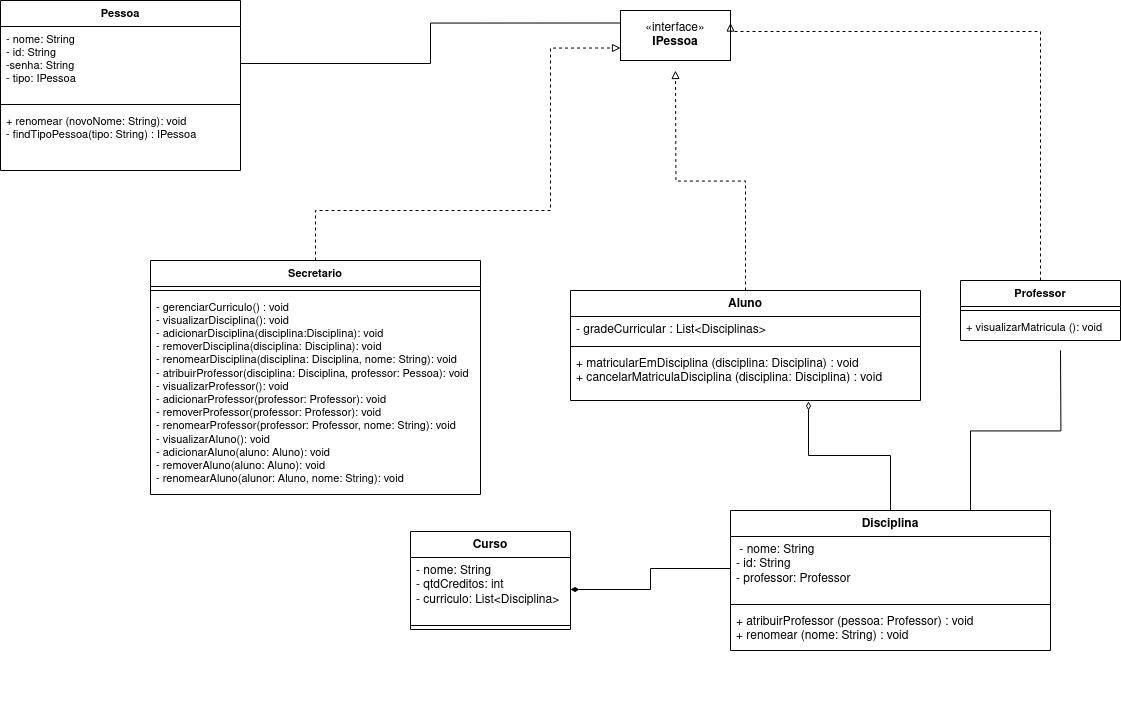
Earlier version of the draw.io export projeto/diagrama_de_classes/diagram_de_classes_models.drawio.png (Suvacco/AGS). Source tidied: cells renumbered, new cells last; positions are measured from the earlier drawing's top-left corner, leaving out a move shared by most shapes.
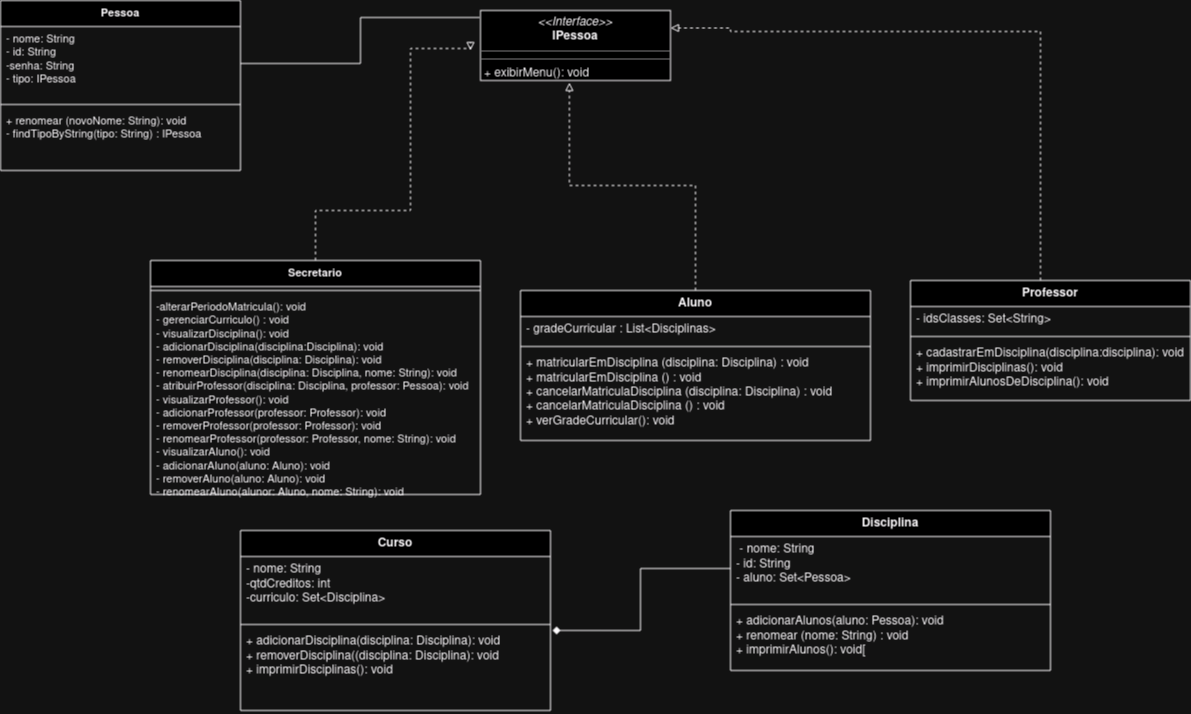
Later version of the same file.

Change to the diagram source:
```diff
@@ -8,45 +8,23 @@
         <mxPoint x="935" y="693" as="targetPoint" />
       </mxGeometry>
     </mxCell>
-    <mxCell id="3" value="&lt;div&gt;Curso&lt;/div&gt;&lt;div&gt;&lt;br&gt;&lt;/div&gt;" style="swimlane;fontStyle=1;align=center;verticalAlign=top;horizontal=1;startSize=26;whiteSpace=wrap;html=1;" parent="1" vertex="1">
-      <mxGeometry x="410" y="531" width="160" height="98" as="geometry" />
-    </mxCell>
-    <mxCell id="4" value="&lt;div&gt;- nome: String&lt;/div&gt;&lt;div&gt;- qtdCreditos: int&lt;/div&gt;&lt;div&gt;- curriculo: List&amp;lt;Disciplina&amp;gt;&lt;br&gt;&lt;/div&gt;" style="text;strokeColor=none;fillColor=none;align=left;verticalAlign=top;spacingLeft=4;spacingRight=4;overflow=hidden;points=[[0,0.5],[1,0.5]];portConstraint=eastwest;whiteSpace=wrap;html=1;" parent="3" vertex="1">
-      <mxGeometry y="26" width="160" height="64" as="geometry" />
-    </mxCell>
-    <mxCell id="5" style="line;strokeWidth=1;fillColor=none;align=left;verticalAlign=middle;spacingTop=-1;spacingLeft=3;spacingRight=3;labelPosition=right;strokeColor=inherit;" parent="3" vertex="1">
-      <mxGeometry y="90" width="160" height="8" as="geometry" />
-    </mxCell>
-    <mxCell id="6" style="edgeStyle=orthogonalEdgeStyle;shape=connector;rounded=0;jettySize=auto;html=1;labelBackgroundColor=default;strokeColor=default;fontFamily=Helvetica;fontSize=11;fontColor=default;endArrow=diamondThin;entryX=0.68;entryY=1.02;entryDx=0;entryDy=0;entryPerimeter=0;endFill=0;" parent="1" edge="1" source="8" target="17">
-      <mxGeometry relative="1" as="geometry" />
-    </mxCell>
-    <mxCell id="7" style="edgeStyle=orthogonalEdgeStyle;shape=connector;rounded=0;jettySize=auto;html=1;exitX=0.75;exitY=0;exitDx=0;exitDy=0;labelBackgroundColor=default;strokeColor=default;fontFamily=Helvetica;fontSize=11;fontColor=default;endArrow=none;endFill=0;" parent="1" edge="1" source="8">
-      <mxGeometry relative="1" as="geometry">
-        <mxPoint x="1060" y="350" as="targetPoint" />
-      </mxGeometry>
-    </mxCell>
     <mxCell id="8" value="&lt;div&gt;Disciplina&lt;/div&gt;&lt;div&gt;&lt;br&gt;&lt;/div&gt;" style="swimlane;fontStyle=1;align=center;verticalAlign=top;horizontal=1;startSize=26;whiteSpace=wrap;html=1;" parent="1" vertex="1">
-      <mxGeometry x="730" y="510" width="320" height="140" as="geometry" />
+      <mxGeometry x="730" y="510" width="320" height="160" as="geometry" />
     </mxCell>
-    <mxCell id="9" value="&lt;div&gt;&amp;nbsp;- nome: String&lt;/div&gt;&lt;div&gt;- id: String&lt;br&gt;&lt;/div&gt;&lt;div&gt;- professor: Professor&lt;br&gt;&lt;/div&gt;" style="text;strokeColor=none;fillColor=none;align=left;verticalAlign=top;spacingLeft=4;spacingRight=4;overflow=hidden;points=[[0,0.5],[1,0.5]];portConstraint=eastwest;whiteSpace=wrap;html=1;" parent="8" vertex="1">
+    <mxCell id="9" value="&lt;div&gt;&amp;nbsp;- nome: String&lt;/div&gt;&lt;div&gt;- id: String&lt;br&gt;&lt;/div&gt;&lt;div&gt;- aluno: Set&amp;lt;Pessoa&amp;gt;&lt;br&gt;&lt;/div&gt;" style="text;strokeColor=none;fillColor=none;align=left;verticalAlign=top;spacingLeft=4;spacingRight=4;overflow=hidden;points=[[0,0.5],[1,0.5]];portConstraint=eastwest;whiteSpace=wrap;html=1;" parent="8" vertex="1">
       <mxGeometry y="26" width="320" height="64" as="geometry" />
     </mxCell>
     <mxCell id="10" style="line;strokeWidth=1;fillColor=none;align=left;verticalAlign=middle;spacingTop=-1;spacingLeft=3;spacingRight=3;labelPosition=right;strokeColor=inherit;" parent="8" vertex="1">
       <mxGeometry y="90" width="320" height="8" as="geometry" />
     </mxCell>
-    <mxCell id="11" value="&lt;div&gt;+ atribuirProfessor (pessoa: Professor) : void&lt;/div&gt;&lt;div&gt;+ renomear (nome: String) : void&lt;br&gt;&lt;/div&gt;" style="text;strokeColor=none;fillColor=none;align=left;verticalAlign=top;spacingLeft=4;spacingRight=4;overflow=hidden;whiteSpace=wrap;html=1;" parent="8" vertex="1">
-      <mxGeometry y="98" width="320" height="42" as="geometry" />
+    <mxCell id="11" value="&lt;div&gt;+ adicionarAlunos(aluno: Pessoa): void&lt;br&gt;&lt;/div&gt;&lt;div&gt;+ renomear (nome: String) : void&lt;/div&gt;&lt;div&gt;+ imprimirAlunos(): void[&lt;/div&gt;&lt;div&gt;&lt;br&gt;&lt;/div&gt;" style="text;strokeColor=none;fillColor=none;align=left;verticalAlign=top;spacingLeft=4;spacingRight=4;overflow=hidden;whiteSpace=wrap;html=1;" parent="8" vertex="1">
+      <mxGeometry y="98" width="320" height="62" as="geometry" />
     </mxCell>
-    <mxCell id="12" value="«interface»&lt;br&gt;&lt;div&gt;&lt;b&gt;IPessoa&lt;/b&gt;&lt;/div&gt;" style="html=1;whiteSpace=wrap;" parent="1" vertex="1">
-      <mxGeometry x="620" y="10" width="110" height="50" as="geometry" />
-    </mxCell>
-    <mxCell id="13" style="edgeStyle=orthogonalEdgeStyle;rounded=0;jettySize=auto;html=1;dashed=1;endArrow=block;endFill=0;" parent="1" edge="1" source="14">
-      <mxGeometry relative="1" as="geometry">
-        <mxPoint x="675" y="70" as="targetPoint" />
-      </mxGeometry>
+    <mxCell id="13" style="edgeStyle=orthogonalEdgeStyle;rounded=0;jettySize=auto;html=1;dashed=1;endArrow=block;endFill=0;entryX=0.468;entryY=1.029;entryDx=0;entryDy=0;entryPerimeter=0;" parent="1" edge="1" source="14" target="36">
+      <mxGeometry relative="1" as="geometry" />
     </mxCell>
     <mxCell id="14" value="&lt;div&gt;Aluno&lt;/div&gt;&lt;div&gt;&lt;br&gt;&lt;/div&gt;" style="swimlane;fontStyle=1;align=center;verticalAlign=top;horizontal=1;startSize=26;whiteSpace=wrap;html=1;" parent="1" vertex="1">
-      <mxGeometry x="570" y="290" width="350" height="110" as="geometry" />
+      <mxGeometry x="520" y="290" width="350" height="150" as="geometry" />
     </mxCell>
     <mxCell id="15" value="- gradeCurricular : List&amp;lt;Disciplinas&amp;gt;" style="text;strokeColor=none;fillColor=none;align=left;verticalAlign=top;spacingLeft=4;spacingRight=4;overflow=hidden;whiteSpace=wrap;html=1;" parent="14" vertex="1">
       <mxGeometry y="26" width="350" height="26" as="geometry" />
@@ -54,35 +32,26 @@
     <mxCell id="16" style="line;strokeWidth=1;fillColor=none;align=left;verticalAlign=middle;spacingTop=-1;spacingLeft=3;spacingRight=3;labelPosition=right;strokeColor=inherit;" parent="14" vertex="1">
       <mxGeometry y="52" width="350" height="8" as="geometry" />
     </mxCell>
-    <mxCell id="17" value="&lt;div&gt;+ matricularEmDisciplina (disciplina: Disciplina) : void&lt;/div&gt;&lt;div&gt;+ cancelarMatriculaDisciplina (disciplina: Disciplina) : void&lt;/div&gt;&lt;div&gt;&lt;br&gt;&lt;/div&gt;" style="text;strokeColor=none;fillColor=none;align=left;verticalAlign=top;spacingLeft=4;spacingRight=4;overflow=hidden;points=[[0,0.5],[1,0.5]];portConstraint=eastwest;whiteSpace=wrap;html=1;" parent="14" vertex="1">
-      <mxGeometry y="60" width="350" height="50" as="geometry" />
+    <mxCell id="17" value="&lt;div&gt;+ matricularEmDisciplina (disciplina: Disciplina) : void&lt;/div&gt;&lt;div&gt;+ matricularEmDisciplina () : void&lt;/div&gt;&lt;div&gt;+ cancelarMatriculaDisciplina (disciplina: Disciplina) : void&lt;/div&gt;&lt;div&gt;&lt;div&gt;+ cancelarMatriculaDisciplina () : void&lt;/div&gt;&lt;div&gt;+ verGradeCurricular(): void&lt;br&gt;&lt;/div&gt;&lt;div&gt;&lt;br&gt;&lt;br&gt;&lt;/div&gt;&lt;/div&gt;&lt;div&gt;&lt;br&gt;&lt;/div&gt;&lt;div&gt;&lt;br&gt;&lt;/div&gt;" style="text;strokeColor=none;fillColor=none;align=left;verticalAlign=top;spacingLeft=4;spacingRight=4;overflow=hidden;points=[[0,0.5],[1,0.5]];portConstraint=eastwest;whiteSpace=wrap;html=1;" parent="14" vertex="1">
+      <mxGeometry y="60" width="350" height="90" as="geometry" />
     </mxCell>
-    <mxCell id="18" style="edgeStyle=orthogonalEdgeStyle;shape=connector;rounded=0;jettySize=auto;html=1;exitX=0;exitY=0.5;exitDx=0;exitDy=0;entryX=1;entryY=0.5;entryDx=0;entryDy=0;labelBackgroundColor=default;strokeColor=default;fontFamily=Helvetica;fontSize=11;fontColor=default;endArrow=diamondThin;endFill=1;" parent="1" edge="1" source="9" target="4">
-      <mxGeometry relative="1" as="geometry" />
-    </mxCell>
-    <mxCell id="19" style="edgeStyle=orthogonalEdgeStyle;shape=connector;rounded=0;jettySize=auto;html=1;entryX=1;entryY=0.25;entryDx=0;entryDy=0;labelBackgroundColor=default;strokeColor=default;fontFamily=Helvetica;fontSize=11;fontColor=default;endArrow=block;dashed=1;endFill=0;exitX=0.5;exitY=0;exitDx=0;exitDy=0;" parent="1" edge="1" source="20" target="12">
+    <mxCell id="19" style="edgeStyle=orthogonalEdgeStyle;shape=connector;rounded=0;jettySize=auto;html=1;entryX=1;entryY=0.25;entryDx=0;entryDy=0;labelBackgroundColor=default;strokeColor=default;fontFamily=Helvetica;fontSize=11;fontColor=default;endArrow=block;dashed=1;endFill=0;exitX=0.5;exitY=0;exitDx=0;exitDy=0;" parent="1" edge="1" target="36">
       <mxGeometry relative="1" as="geometry">
+        <mxPoint x="1040" y="280" as="sourcePoint" />
         <Array as="points">
           <mxPoint x="1040" y="31" />
           <mxPoint x="730" y="31" />
+          <mxPoint x="730" y="28" />
         </Array>
       </mxGeometry>
     </mxCell>
-    <mxCell id="20" value="&lt;div&gt;Professor&lt;/div&gt;&lt;div&gt;&lt;br&gt;&lt;/div&gt;" style="swimlane;fontStyle=1;align=center;verticalAlign=top;horizontal=1;startSize=26;whiteSpace=wrap;html=1;fontFamily=Helvetica;fontSize=11;fontColor=default;" parent="1" vertex="1">
-      <mxGeometry x="960" y="280" width="160" height="60" as="geometry" />
-    </mxCell>
-    <mxCell id="21" style="line;strokeWidth=1;fillColor=none;align=left;verticalAlign=middle;spacingTop=-1;spacingLeft=3;spacingRight=3;labelPosition=right;strokeColor=inherit;fontFamily=Helvetica;fontSize=11;fontColor=default;" parent="20" vertex="1">
-      <mxGeometry y="26" width="160" height="8" as="geometry" />
-    </mxCell>
-    <mxCell id="22" value="&lt;div&gt;+ visualizarMatricula (): void&lt;/div&gt;&lt;div&gt;&lt;br&gt;&lt;/div&gt;" style="text;strokeColor=none;fillColor=none;align=left;verticalAlign=top;spacingLeft=4;spacingRight=4;overflow=hidden;whiteSpace=wrap;html=1;fontSize=11;fontFamily=Helvetica;fontColor=default;" parent="20" vertex="1">
-      <mxGeometry y="34" width="160" height="26" as="geometry" />
-    </mxCell>
-    <mxCell id="23" style="edgeStyle=orthogonalEdgeStyle;shape=connector;rounded=0;jettySize=auto;html=1;entryX=0;entryY=0.75;entryDx=0;entryDy=0;labelBackgroundColor=default;strokeColor=default;fontFamily=Helvetica;fontSize=11;fontColor=default;endArrow=block;dashed=1;endFill=0;" parent="1" edge="1" source="24" target="12">
+    <mxCell id="23" style="edgeStyle=orthogonalEdgeStyle;shape=connector;rounded=0;jettySize=auto;html=1;labelBackgroundColor=default;strokeColor=default;fontFamily=Helvetica;fontSize=11;fontColor=default;endArrow=block;dashed=1;endFill=0;" parent="1" edge="1" source="24">
       <mxGeometry relative="1" as="geometry">
+        <mxPoint x="470" y="50" as="targetPoint" />
         <Array as="points">
           <mxPoint x="315" y="210" />
-          <mxPoint x="550" y="210" />
-          <mxPoint x="550" y="48" />
+          <mxPoint x="410" y="210" />
+          <mxPoint x="410" y="48" />
         </Array>
       </mxGeometry>
     </mxCell>
@@ -92,7 +61,7 @@
     <mxCell id="25" style="line;strokeWidth=1;fillColor=none;align=left;verticalAlign=middle;spacingTop=-1;spacingLeft=3;spacingRight=3;labelPosition=right;strokeColor=inherit;fontFamily=Helvetica;fontSize=11;fontColor=default;" parent="24" vertex="1">
       <mxGeometry y="26" width="330" height="8" as="geometry" />
     </mxCell>
-    <mxCell id="26" value="&lt;div&gt;- gerenciarCurriculo() : void&lt;/div&gt;&lt;div&gt;- visualizarDisciplina(): void&lt;/div&gt;&lt;div&gt;- adicionarDisciplina(disciplina:Disciplina): void&lt;br&gt;&lt;/div&gt;&lt;div&gt;- removerDisciplina(disciplina: Disciplina): void&lt;/div&gt;&lt;div&gt;- renomearDisciplina(disciplina: Disciplina, nome: String): void&lt;/div&gt;&lt;div&gt;- atribuirProfessor(disciplina: Disciplina, professor: Pessoa): void&lt;/div&gt;&lt;div&gt;&lt;div&gt;- visualizarProfessor(): void&lt;/div&gt;&lt;div&gt;- adicionarProfessor(professor: Professor): void&lt;br&gt;&lt;/div&gt;&lt;div&gt;- removerProfessor(professor: Professor): void&lt;/div&gt;&lt;div&gt;- renomearProfessor(professor: Professor, nome: String): void&lt;/div&gt;&lt;div&gt;&lt;div&gt;&lt;div&gt;- visualizarAluno(): void&lt;/div&gt;&lt;div&gt;- adicionarAluno(aluno: Aluno): void&lt;br&gt;&lt;/div&gt;&lt;div&gt;- removerAluno(aluno: Aluno): void&lt;/div&gt;&lt;div&gt;- renomearAluno(alunor: Aluno, nome: String): void&lt;/div&gt;&lt;/div&gt;&lt;/div&gt;&lt;/div&gt;&lt;div&gt;&lt;br&gt;&lt;/div&gt;&lt;div&gt;&lt;br&gt;&lt;/div&gt;" style="text;strokeColor=none;fillColor=none;align=left;verticalAlign=top;spacingLeft=4;spacingRight=4;overflow=hidden;whiteSpace=wrap;html=1;fontSize=11;fontFamily=Helvetica;fontColor=default;" parent="24" vertex="1">
+    <mxCell id="26" value="&lt;div&gt;-alterarPeriodoMatricula(): void&lt;br&gt;&lt;/div&gt;&lt;div&gt;- gerenciarCurriculo() : void&lt;/div&gt;&lt;div&gt;- visualizarDisciplina(): void&lt;/div&gt;&lt;div&gt;- adicionarDisciplina(disciplina:Disciplina): void&lt;br&gt;&lt;/div&gt;&lt;div&gt;- removerDisciplina(disciplina: Disciplina): void&lt;/div&gt;&lt;div&gt;- renomearDisciplina(disciplina: Disciplina, nome: String): void&lt;/div&gt;&lt;div&gt;- atribuirProfessor(disciplina: Disciplina, professor: Pessoa): void&lt;/div&gt;&lt;div&gt;&lt;div&gt;- visualizarProfessor(): void&lt;/div&gt;&lt;div&gt;- adicionarProfessor(professor: Professor): void&lt;br&gt;&lt;/div&gt;&lt;div&gt;- removerProfessor(professor: Professor): void&lt;/div&gt;&lt;div&gt;- renomearProfessor(professor: Professor, nome: String): void&lt;/div&gt;&lt;div&gt;&lt;div&gt;&lt;div&gt;- visualizarAluno(): void&lt;/div&gt;&lt;div&gt;- adicionarAluno(aluno: Aluno): void&lt;br&gt;&lt;/div&gt;&lt;div&gt;- removerAluno(aluno: Aluno): void&lt;/div&gt;&lt;div&gt;- renomearAluno(alunor: Aluno, nome: String): void&lt;/div&gt;&lt;/div&gt;&lt;/div&gt;&lt;/div&gt;&lt;div&gt;&lt;br&gt;&lt;/div&gt;&lt;div&gt;&lt;br&gt;&lt;/div&gt;" style="text;strokeColor=none;fillColor=none;align=left;verticalAlign=top;spacingLeft=4;spacingRight=4;overflow=hidden;whiteSpace=wrap;html=1;fontSize=11;fontFamily=Helvetica;fontColor=default;" parent="24" vertex="1">
       <mxGeometry y="34" width="330" height="200" as="geometry" />
     </mxCell>
     <mxCell id="27" value="Pessoa" style="swimlane;fontStyle=1;align=center;verticalAlign=top;horizontal=1;startSize=26;whiteSpace=wrap;html=1;fontFamily=Helvetica;fontSize=11;fontColor=default;" parent="1" vertex="1">
@@ -104,11 +73,41 @@
     <mxCell id="29" style="line;strokeWidth=1;fillColor=none;align=left;verticalAlign=middle;spacingTop=-1;spacingLeft=3;spacingRight=3;labelPosition=right;strokeColor=inherit;fontFamily=Helvetica;fontSize=11;fontColor=default;" parent="27" vertex="1">
       <mxGeometry y="100" width="240" height="8" as="geometry" />
     </mxCell>
-    <mxCell id="30" value="&lt;div&gt;+ renomear (novoNome: String): void&lt;br&gt;&lt;/div&gt;&lt;div&gt;- findTipoPessoa(tipo: String) : IPessoa&lt;br&gt;&lt;/div&gt;" style="text;strokeColor=none;fillColor=none;align=left;verticalAlign=top;spacingLeft=4;spacingRight=4;overflow=hidden;whiteSpace=wrap;html=1;fontSize=11;fontFamily=Helvetica;fontColor=default;" parent="27" vertex="1">
+    <mxCell id="30" value="&lt;div&gt;+ renomear (novoNome: String): void&lt;br&gt;&lt;/div&gt;&lt;div&gt;- findTipoByString(tipo: String) : IPessoa&lt;br&gt;&lt;/div&gt;" style="text;strokeColor=none;fillColor=none;align=left;verticalAlign=top;spacingLeft=4;spacingRight=4;overflow=hidden;whiteSpace=wrap;html=1;fontSize=11;fontFamily=Helvetica;fontColor=default;" parent="27" vertex="1">
       <mxGeometry y="108" width="240" height="62" as="geometry" />
     </mxCell>
-    <mxCell id="31" style="edgeStyle=orthogonalEdgeStyle;shape=connector;rounded=0;jettySize=auto;html=1;exitX=1;exitY=0.5;exitDx=0;exitDy=0;entryX=0;entryY=0.25;entryDx=0;entryDy=0;labelBackgroundColor=default;strokeColor=default;fontFamily=Helvetica;fontSize=11;fontColor=default;endArrow=none;endFill=0;" parent="1" edge="1" source="28" target="12">
-      <mxGeometry relative="1" as="geometry" />
-    </mxCell>
+    <mxCell id="3" value="Curso" style="swimlane;fontStyle=1;align=center;verticalAlign=top;horizontal=1;startSize=26;whiteSpace=wrap;html=1;" parent="1" vertex="1">
+      <mxGeometry x="240" y="530" width="310" height="180" as="geometry" />
+    </mxCell>
+    <mxCell id="32" value="&lt;div&gt;- nome: String&lt;/div&gt;&lt;div&gt;-qtdCreditos: int&lt;/div&gt;&lt;div&gt;-curriculo: Set&amp;lt;Disciplina&amp;gt;&lt;br&gt;&lt;/div&gt;" style="text;strokeColor=none;fillColor=none;align=left;verticalAlign=top;spacingLeft=4;spacingRight=4;overflow=hidden;whiteSpace=wrap;html=1;" parent="3" vertex="1">
+      <mxGeometry y="26" width="310" height="64" as="geometry" />
+    </mxCell>
+    <mxCell id="33" style="line;strokeWidth=1;fillColor=none;align=left;verticalAlign=middle;spacingTop=-1;spacingLeft=3;spacingRight=3;labelPosition=right;strokeColor=inherit;" parent="3" vertex="1">
+      <mxGeometry y="90" width="310" height="8" as="geometry" />
+    </mxCell>
+    <mxCell id="34" value="&lt;div&gt;+ adicionarDisciplina(disciplina: Disciplina): void&lt;/div&gt;&lt;div&gt;+ removerDisciplina((disciplina: Disciplina): void&lt;/div&gt;&lt;div&gt;+ imprimirDisciplinas(): void&lt;br&gt;&lt;/div&gt;" style="text;strokeColor=none;fillColor=none;align=left;verticalAlign=top;spacingLeft=4;spacingRight=4;overflow=hidden;points=[[0,0.5],[1,0.5]];portConstraint=eastwest;whiteSpace=wrap;html=1;" parent="3" vertex="1">
+      <mxGeometry y="98" width="310" height="82" as="geometry" />
+    </mxCell>
+    <mxCell id="35" style="edgeStyle=orthogonalEdgeStyle;rounded=0;jettySize=auto;html=1;entryX=1.006;entryY=0.024;entryDx=0;entryDy=0;entryPerimeter=0;endArrow=diamond;endFill=1;" parent="1" edge="1" source="9" target="34">
+      <mxGeometry relative="1" as="geometry" />
+    </mxCell>
+    <mxCell id="36" value="&lt;p style=&quot;margin:0px;margin-top:4px;text-align:center;&quot;&gt;&lt;i&gt;&amp;lt;&amp;lt;Interface&amp;gt;&amp;gt;&lt;/i&gt;&lt;br&gt;&lt;b&gt;IPessoa&lt;/b&gt;&lt;/p&gt;&lt;hr size=&quot;1&quot;&gt;&lt;hr size=&quot;1&quot;&gt;&lt;p style=&quot;margin:0px;margin-left:4px;&quot;&gt;+ exibirMenu(): void&lt;br&gt;&lt;/p&gt;" style="verticalAlign=top;align=left;overflow=fill;fontSize=12;fontFamily=Helvetica;html=1;whiteSpace=wrap;" parent="1" vertex="1">
+      <mxGeometry x="480" y="10" width="190" height="70" as="geometry" />
+    </mxCell>
+    <mxCell id="37" style="edgeStyle=orthogonalEdgeStyle;rounded=0;jettySize=auto;html=1;entryX=-0.005;entryY=0.1;entryDx=0;entryDy=0;entryPerimeter=0;endArrow=none;endFill=0;" parent="1" edge="1" source="28" target="36">
+      <mxGeometry relative="1" as="geometry" />
+    </mxCell>
+    <mxCell id="20" value="Professor" style="swimlane;fontStyle=1;align=center;verticalAlign=top;horizontal=1;startSize=26;whiteSpace=wrap;html=1;" parent="1" vertex="1">
+      <mxGeometry x="910" y="280" width="280" height="120" as="geometry" />
+    </mxCell>
+    <mxCell id="38" value="- idsClasses: Set&amp;lt;String&amp;gt;" style="text;strokeColor=none;fillColor=none;align=left;verticalAlign=top;spacingLeft=4;spacingRight=4;overflow=hidden;whiteSpace=wrap;html=1;" parent="20" vertex="1">
+      <mxGeometry y="26" width="280" height="26" as="geometry" />
+    </mxCell>
+    <mxCell id="39" style="line;strokeWidth=1;fillColor=none;align=left;verticalAlign=middle;spacingTop=-1;spacingLeft=3;spacingRight=3;labelPosition=right;strokeColor=inherit;" parent="20" vertex="1">
+      <mxGeometry y="52" width="280" height="8" as="geometry" />
+    </mxCell>
+    <mxCell id="40" value="&lt;div&gt;+ cadastrarEmDisciplina(disciplina:disciplina): void&lt;/div&gt;&lt;div&gt;+ imprimirDisciplinas(): void&lt;/div&gt;&lt;div&gt;+ imprimirAlunosDeDisciplina(): void&lt;br&gt;&lt;/div&gt;" style="text;strokeColor=none;fillColor=none;align=left;verticalAlign=top;spacingLeft=4;spacingRight=4;overflow=hidden;whiteSpace=wrap;html=1;" parent="20" vertex="1">
+      <mxGeometry y="60" width="280" height="60" as="geometry" />
+    </mxCell>
   </root>
 </mxGraphModel>
```
